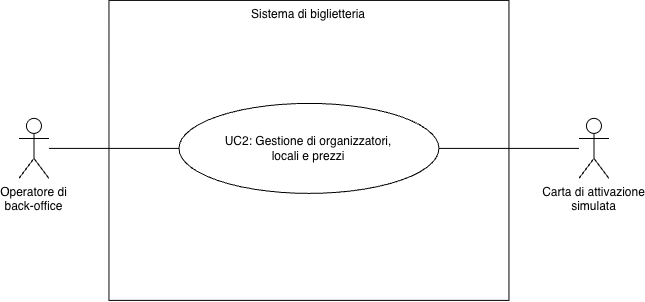
Leddosja/thesis-EdisHodja keeps this draw.io diagram as img/diagrams/uc-2.png. Above is the earlier version. Source tidied: cells renumbered, new cells last; positions are measured from the earlier drawing's top-left corner, leaving out a move shared by most shapes. The source it was exported from:
```xml
<mxGraphModel background="#FFFFFF">
  <root>
    <mxCell id="0" />
    <mxCell id="1" parent="0" />
    <mxCell id="2" value="Sistema di biglietteria" style="rounded=0;whiteSpace=wrap;html=1;fillColor=default;verticalAlign=top;" parent="1" vertex="1">
      <mxGeometry x="90" width="400" height="300" as="geometry" />
    </mxCell>
    <mxCell id="3" value="UC2: Gestione di organizzatori, &lt;br&gt;locali e prezzi" style="ellipse;whiteSpace=wrap;html=1;rounded=0;strokeColor=default;align=center;verticalAlign=middle;fontFamily=Helvetica;fontSize=12;fontColor=default;fillColor=default;" parent="1" vertex="1">
      <mxGeometry x="160" y="103" width="260" height="90" as="geometry" />
    </mxCell>
    <mxCell id="4" style="edgeStyle=none;html=1;entryX=0;entryY=0.5;entryDx=0;entryDy=0;endArrow=none;endFill=0;" parent="1" edge="1" source="5" target="3">
      <mxGeometry relative="1" as="geometry" />
    </mxCell>
    <mxCell id="5" value="Operatore di&lt;br&gt;back-office" style="shape=umlActor;verticalLabelPosition=bottom;verticalAlign=top;html=1;rounded=0;strokeColor=default;align=center;fontFamily=Helvetica;fontSize=12;fontColor=default;fillColor=default;" parent="1" vertex="1">
      <mxGeometry y="118" width="30" height="60" as="geometry" />
    </mxCell>
    <mxCell id="6" style="edgeStyle=none;html=1;entryX=1;entryY=0.5;entryDx=0;entryDy=0;endArrow=none;endFill=0;verticalAlign=middle;" parent="1" edge="1" source="7">
      <mxGeometry relative="1" as="geometry">
        <mxPoint x="420" y="148" as="targetPoint" />
      </mxGeometry>
    </mxCell>
    <mxCell id="7" value="Carta di attivazione&lt;br&gt;simulata" style="shape=umlActor;verticalLabelPosition=bottom;verticalAlign=top;html=1;rounded=0;strokeColor=default;align=center;fontFamily=Helvetica;fontSize=12;fontColor=default;fillColor=default;" parent="1" vertex="1">
      <mxGeometry x="560" y="118" width="30" height="60" as="geometry" />
    </mxCell>
  </root>
</mxGraphModel>
```
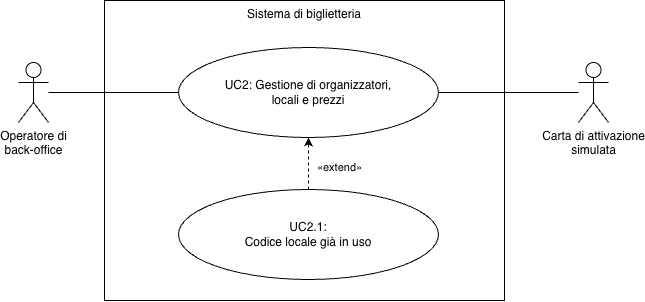
Above is the later version.

The edit, as a diff of the source:
```diff
@@ -3,7 +3,7 @@
     <mxCell id="0" />
     <mxCell id="1" parent="0" />
     <mxCell id="2" value="Sistema di biglietteria" style="rounded=0;whiteSpace=wrap;html=1;fillColor=default;verticalAlign=top;" parent="1" vertex="1">
-      <mxGeometry x="90" width="400" height="300" as="geometry" />
+      <mxGeometry x="86" y="56" width="400" height="300" as="geometry" />
     </mxCell>
     <mxCell id="3" value="UC2: Gestione di organizzatori, &lt;br&gt;locali e prezzi" style="ellipse;whiteSpace=wrap;html=1;rounded=0;strokeColor=default;align=center;verticalAlign=middle;fontFamily=Helvetica;fontSize=12;fontColor=default;fillColor=default;" parent="1" vertex="1">
       <mxGeometry x="160" y="103" width="260" height="90" as="geometry" />
@@ -22,5 +22,16 @@
     <mxCell id="7" value="Carta di attivazione&lt;br&gt;simulata" style="shape=umlActor;verticalLabelPosition=bottom;verticalAlign=top;html=1;rounded=0;strokeColor=default;align=center;fontFamily=Helvetica;fontSize=12;fontColor=default;fillColor=default;" parent="1" vertex="1">
       <mxGeometry x="560" y="118" width="30" height="60" as="geometry" />
     </mxCell>
+    <mxCell id="8" value="UC2.1:&lt;br&gt;Codice locale già in uso" style="ellipse;whiteSpace=wrap;html=1;rounded=0;strokeColor=default;align=center;verticalAlign=middle;fontFamily=Helvetica;fontSize=12;fontColor=default;fillColor=default;" parent="1" vertex="1">
+      <mxGeometry x="160" y="245" width="260" height="90" as="geometry" />
+    </mxCell>
+    <mxCell id="9" style="edgeStyle=none;html=1;dashed=1;entryX=0.5;entryY=1;entryDx=0;entryDy=0;exitX=0.5;exitY=0;exitDx=0;exitDy=0;" parent="1" edge="1" source="8" target="3">
+      <mxGeometry relative="1" as="geometry" />
+    </mxCell>
+    <mxCell id="10" value="&lt;span style=&quot;color: rgb(0, 0, 0);&quot;&gt;«extend»&lt;/span&gt;" style="edgeLabel;html=1;align=center;verticalAlign=middle;" parent="9" vertex="1">
+      <mxGeometry x="-0.18" y="-2" relative="1" as="geometry">
+        <mxPoint x="28" y="-2" as="offset" />
+      </mxGeometry>
+    </mxCell>
   </root>
 </mxGraphModel>
```
